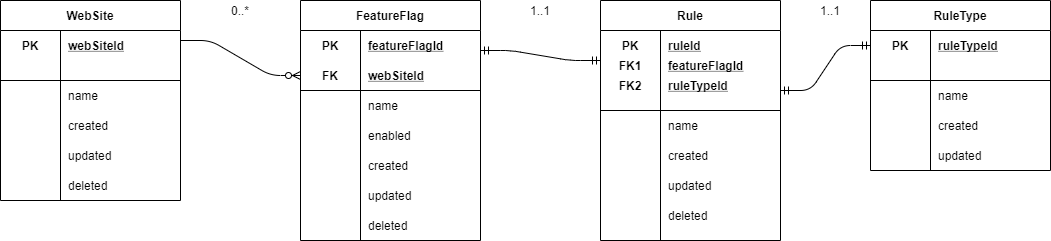
Earlier version of the draw.io export TechnicalDesignExercise/FeatureFlagging-EntityRelationshipDiagram.png (mark-stoker/AgencyPropertyCleanup). Source tidied: cells renumbered, new cells last; positions are measured from the earlier drawing's top-left corner, leaving out a move shared by most shapes. Source of this version:
```xml
<mxGraphModel>
  <root>
    <mxCell id="0" />
    <mxCell id="1" parent="0" />
    <mxCell id="2" value="RuleType" style="shape=table;startSize=30;rowLines=0;fontStyle=1;align=center;" parent="1" vertex="1">
      <mxGeometry x="870" width="180" height="170" as="geometry" />
    </mxCell>
    <mxCell id="3" style="shape=partialRectangle;fillColor=none;top=0;left=0;bottom=0;right=0;points=[[0,0.5],[1,0.5]];portConstraint=eastwest;" parent="2" vertex="1">
      <mxGeometry y="30" width="180" height="30" as="geometry" />
    </mxCell>
    <mxCell id="4" value="PK" style="shape=partialRectangle;fillColor=none;top=0;left=0;bottom=0;right=0;fontStyle=1;overflow=hidden;" parent="3" vertex="1">
      <mxGeometry width="60" height="30" as="geometry" />
    </mxCell>
    <mxCell id="5" value="ruleTypeId" style="shape=partialRectangle;fillColor=none;top=0;left=0;bottom=0;right=0;align=left;spacingLeft=6;fontStyle=5;overflow=hidden;" parent="3" vertex="1">
      <mxGeometry x="60" width="120" height="30" as="geometry" />
    </mxCell>
    <mxCell id="6" style="shape=partialRectangle;fillColor=none;top=0;left=0;bottom=1;right=0;" parent="2" vertex="1">
      <mxGeometry y="60" width="180" height="20" as="geometry" />
    </mxCell>
    <mxCell id="7" style="shape=partialRectangle;fillColor=none;top=0;left=0;bottom=0;right=0;fontStyle=1;overflow=hidden;" parent="6" vertex="1">
      <mxGeometry width="60" height="20" as="geometry" />
    </mxCell>
    <mxCell id="8" style="shape=partialRectangle;fillColor=none;top=0;left=0;bottom=0;right=0;align=left;spacingLeft=6;fontStyle=5;overflow=hidden;" parent="6" vertex="1">
      <mxGeometry x="60" width="120" height="20" as="geometry" />
    </mxCell>
    <mxCell id="9" style="shape=partialRectangle;fillColor=none;top=0;left=0;bottom=0;right=0;" parent="2" vertex="1">
      <mxGeometry y="80" width="180" height="30" as="geometry" />
    </mxCell>
    <mxCell id="10" style="shape=partialRectangle;fillColor=none;top=0;left=0;bottom=0;right=0;overflow=hidden;" parent="9" vertex="1">
      <mxGeometry width="60" height="30" as="geometry" />
    </mxCell>
    <mxCell id="11" value="name" style="shape=partialRectangle;fillColor=none;top=0;left=0;bottom=0;right=0;align=left;spacingLeft=6;overflow=hidden;" parent="9" vertex="1">
      <mxGeometry x="60" width="120" height="30" as="geometry" />
    </mxCell>
    <mxCell id="12" style="shape=partialRectangle;fillColor=none;top=0;left=0;bottom=0;right=0;" parent="2" vertex="1">
      <mxGeometry y="110" width="180" height="30" as="geometry" />
    </mxCell>
    <mxCell id="13" style="shape=partialRectangle;fillColor=none;top=0;left=0;bottom=0;right=0;overflow=hidden;" parent="12" vertex="1">
      <mxGeometry width="60" height="30" as="geometry" />
    </mxCell>
    <mxCell id="14" value="created" style="shape=partialRectangle;fillColor=none;top=0;left=0;bottom=0;right=0;align=left;spacingLeft=6;overflow=hidden;" parent="12" vertex="1">
      <mxGeometry x="60" width="120" height="30" as="geometry" />
    </mxCell>
    <mxCell id="15" value="updated" style="shape=partialRectangle;fillColor=none;top=0;left=0;bottom=0;right=0;align=left;spacingLeft=6;overflow=hidden;" parent="1" vertex="1">
      <mxGeometry x="930" y="140" width="120" height="30" as="geometry" />
    </mxCell>
    <mxCell id="16" style="group;" parent="1" vertex="1">
      <mxGeometry x="600" width="180" height="240" as="geometry" />
    </mxCell>
    <mxCell id="17" value="Rule" style="shape=table;startSize=30;rowLines=0;fontStyle=1;align=center;" parent="16" vertex="1">
      <mxGeometry width="180" height="240" as="geometry" />
    </mxCell>
    <mxCell id="18" style="shape=partialRectangle;fillColor=none;top=0;left=0;bottom=0;right=0;" parent="17" vertex="1">
      <mxGeometry y="30" width="180" height="30" as="geometry" />
    </mxCell>
    <mxCell id="19" value="PK" style="shape=partialRectangle;fillColor=none;top=0;left=0;bottom=0;right=0;fontStyle=1;overflow=hidden;" parent="18" vertex="1">
      <mxGeometry width="60" height="30" as="geometry" />
    </mxCell>
    <mxCell id="20" value="ruleId" style="shape=partialRectangle;fillColor=none;top=0;left=0;bottom=0;right=0;align=left;spacingLeft=6;fontStyle=5;overflow=hidden;" parent="18" vertex="1">
      <mxGeometry x="60" width="120" height="30" as="geometry" />
    </mxCell>
    <mxCell id="21" style="shape=partialRectangle;fillColor=none;top=0;left=0;bottom=1;right=0;" parent="17" vertex="1">
      <mxGeometry y="60" width="180" height="50" as="geometry" />
    </mxCell>
    <mxCell id="22" value="FK2" style="shape=partialRectangle;fillColor=none;top=0;left=0;bottom=0;right=0;fontStyle=1;overflow=hidden;" parent="21" vertex="1">
      <mxGeometry width="60" height="50" as="geometry" />
    </mxCell>
    <mxCell id="23" value="ruleTypeId" style="shape=partialRectangle;fillColor=none;top=0;left=0;bottom=0;right=0;align=left;spacingLeft=6;fontStyle=5;overflow=hidden;" parent="21" vertex="1">
      <mxGeometry x="60" width="120" height="50" as="geometry" />
    </mxCell>
    <mxCell id="24" style="shape=partialRectangle;fillColor=none;top=0;left=0;bottom=0;right=0;" parent="17" vertex="1">
      <mxGeometry y="110" width="180" height="30" as="geometry" />
    </mxCell>
    <mxCell id="25" style="shape=partialRectangle;fillColor=none;top=0;left=0;bottom=0;right=0;overflow=hidden;" parent="24" vertex="1">
      <mxGeometry width="60" height="30" as="geometry" />
    </mxCell>
    <mxCell id="26" value="name" style="shape=partialRectangle;fillColor=none;top=0;left=0;bottom=0;right=0;align=left;spacingLeft=6;overflow=hidden;" parent="24" vertex="1">
      <mxGeometry x="60" width="120" height="30" as="geometry" />
    </mxCell>
    <mxCell id="27" style="shape=partialRectangle;fillColor=none;top=0;left=0;bottom=0;right=0;" parent="17" vertex="1">
      <mxGeometry y="140" width="180" height="30" as="geometry" />
    </mxCell>
    <mxCell id="28" style="shape=partialRectangle;fillColor=none;top=0;left=0;bottom=0;right=0;overflow=hidden;" parent="27" vertex="1">
      <mxGeometry width="60" height="30" as="geometry" />
    </mxCell>
    <mxCell id="29" value="created" style="shape=partialRectangle;fillColor=none;top=0;left=0;bottom=0;right=0;align=left;spacingLeft=6;overflow=hidden;" parent="27" vertex="1">
      <mxGeometry x="60" width="120" height="30" as="geometry" />
    </mxCell>
    <mxCell id="30" value="FK1" style="shape=partialRectangle;fillColor=none;top=0;left=0;bottom=0;right=0;fontStyle=1;overflow=hidden;" parent="16" vertex="1">
      <mxGeometry y="50" width="60" height="30" as="geometry" />
    </mxCell>
    <mxCell id="31" value="featureFlagId" style="shape=partialRectangle;fillColor=none;top=0;left=0;bottom=0;right=0;align=left;spacingLeft=6;fontStyle=5;overflow=hidden;" parent="16" vertex="1">
      <mxGeometry x="60" y="50" width="120" height="30" as="geometry" />
    </mxCell>
    <mxCell id="32" value="updated" style="shape=partialRectangle;fillColor=none;top=0;left=0;bottom=0;right=0;align=left;spacingLeft=6;overflow=hidden;" parent="16" vertex="1">
      <mxGeometry x="60" y="170" width="120" height="30" as="geometry" />
    </mxCell>
    <mxCell id="33" value="deleted" style="shape=partialRectangle;fillColor=none;top=0;left=0;bottom=0;right=0;align=left;spacingLeft=6;overflow=hidden;" parent="16" vertex="1">
      <mxGeometry x="60" y="200" width="120" height="30" as="geometry" />
    </mxCell>
    <mxCell id="34" style="group;" parent="1" vertex="1">
      <mxGeometry width="180" height="200" as="geometry" />
    </mxCell>
    <mxCell id="35" value="WebSite" style="shape=table;startSize=30;rowLines=0;fontStyle=1;align=center;" parent="34" vertex="1">
      <mxGeometry width="180" height="200" as="geometry" />
    </mxCell>
    <mxCell id="36" style="shape=partialRectangle;fillColor=none;top=0;left=0;bottom=0;right=0;" parent="35" vertex="1">
      <mxGeometry y="30" width="180" height="30" as="geometry" />
    </mxCell>
    <mxCell id="37" value="PK" style="shape=partialRectangle;fillColor=none;top=0;left=0;bottom=0;right=0;fontStyle=1;overflow=hidden;" parent="36" vertex="1">
      <mxGeometry width="60" height="30" as="geometry" />
    </mxCell>
    <mxCell id="38" value="webSiteId" style="shape=partialRectangle;fillColor=none;top=0;left=0;bottom=0;right=0;align=left;spacingLeft=6;fontStyle=5;overflow=hidden;" parent="36" vertex="1">
      <mxGeometry x="60" width="120" height="30" as="geometry" />
    </mxCell>
    <mxCell id="39" style="shape=partialRectangle;fillColor=none;top=0;left=0;bottom=1;right=0;" parent="35" vertex="1">
      <mxGeometry y="60" width="180" height="20" as="geometry" />
    </mxCell>
    <mxCell id="40" style="shape=partialRectangle;fillColor=none;top=0;left=0;bottom=0;right=0;fontStyle=1;overflow=hidden;" parent="39" vertex="1">
      <mxGeometry width="60" height="20" as="geometry" />
    </mxCell>
    <mxCell id="41" style="shape=partialRectangle;fillColor=none;top=0;left=0;bottom=0;right=0;align=left;spacingLeft=6;fontStyle=5;overflow=hidden;" parent="39" vertex="1">
      <mxGeometry x="60" width="120" height="20" as="geometry" />
    </mxCell>
    <mxCell id="42" style="shape=partialRectangle;fillColor=none;top=0;left=0;bottom=0;right=0;" parent="35" vertex="1">
      <mxGeometry y="80" width="180" height="30" as="geometry" />
    </mxCell>
    <mxCell id="43" style="shape=partialRectangle;fillColor=none;top=0;left=0;bottom=0;right=0;overflow=hidden;" parent="42" vertex="1">
      <mxGeometry width="60" height="30" as="geometry" />
    </mxCell>
    <mxCell id="44" value="name" style="shape=partialRectangle;fillColor=none;top=0;left=0;bottom=0;right=0;align=left;spacingLeft=6;overflow=hidden;" parent="42" vertex="1">
      <mxGeometry x="60" width="120" height="30" as="geometry" />
    </mxCell>
    <mxCell id="45" style="shape=partialRectangle;fillColor=none;top=0;left=0;bottom=0;right=0;" parent="35" vertex="1">
      <mxGeometry y="110" width="180" height="30" as="geometry" />
    </mxCell>
    <mxCell id="46" style="shape=partialRectangle;fillColor=none;top=0;left=0;bottom=0;right=0;overflow=hidden;" parent="45" vertex="1">
      <mxGeometry width="60" height="30" as="geometry" />
    </mxCell>
    <mxCell id="47" value="created" style="shape=partialRectangle;fillColor=none;top=0;left=0;bottom=0;right=0;align=left;spacingLeft=6;overflow=hidden;" parent="45" vertex="1">
      <mxGeometry x="60" width="120" height="30" as="geometry" />
    </mxCell>
    <mxCell id="48" value="updated" style="shape=partialRectangle;fillColor=none;top=0;left=0;bottom=0;right=0;align=left;spacingLeft=6;overflow=hidden;" parent="34" vertex="1">
      <mxGeometry x="60" y="140" width="120" height="30" as="geometry" />
    </mxCell>
    <mxCell id="49" value="deleted" style="shape=partialRectangle;fillColor=none;top=0;left=0;bottom=0;right=0;align=left;spacingLeft=6;overflow=hidden;" parent="34" vertex="1">
      <mxGeometry x="60" y="170" width="120" height="30" as="geometry" />
    </mxCell>
    <mxCell id="50" style="group;" parent="1" vertex="1">
      <mxGeometry x="300" width="180" height="240" as="geometry" />
    </mxCell>
    <mxCell id="51" value="FeatureFlag" style="shape=table;startSize=30;rowLines=0;fontStyle=1;align=center;" parent="50" vertex="1">
      <mxGeometry width="180" height="240" as="geometry" />
    </mxCell>
    <mxCell id="52" style="shape=partialRectangle;fillColor=none;top=0;left=0;bottom=0;right=0;" parent="51" vertex="1">
      <mxGeometry y="30" width="180" height="30" as="geometry" />
    </mxCell>
    <mxCell id="53" value="PK" style="shape=partialRectangle;fillColor=none;top=0;left=0;bottom=0;right=0;fontStyle=1;overflow=hidden;" parent="52" vertex="1">
      <mxGeometry width="60" height="30" as="geometry" />
    </mxCell>
    <mxCell id="54" value="featureFlagId" style="shape=partialRectangle;fillColor=none;top=0;left=0;bottom=0;right=0;align=left;spacingLeft=6;fontStyle=5;overflow=hidden;" parent="52" vertex="1">
      <mxGeometry x="60" width="120" height="30" as="geometry" />
    </mxCell>
    <mxCell id="55" style="shape=partialRectangle;fillColor=none;top=0;left=0;bottom=1;right=0;points=[[0,0.5],[1,0.5]];portConstraint=eastwest;" parent="51" vertex="1">
      <mxGeometry y="60" width="180" height="30" as="geometry" />
    </mxCell>
    <mxCell id="56" value="FK" style="shape=partialRectangle;fillColor=none;top=0;left=0;bottom=0;right=0;fontStyle=1;overflow=hidden;" parent="55" vertex="1">
      <mxGeometry width="60" height="30" as="geometry" />
    </mxCell>
    <mxCell id="57" value="webSiteId" style="shape=partialRectangle;fillColor=none;top=0;left=0;bottom=0;right=0;align=left;spacingLeft=6;fontStyle=5;overflow=hidden;" parent="55" vertex="1">
      <mxGeometry x="60" width="120" height="30" as="geometry" />
    </mxCell>
    <mxCell id="58" style="shape=partialRectangle;fillColor=none;top=0;left=0;bottom=0;right=0;" parent="51" vertex="1">
      <mxGeometry y="90" width="180" height="30" as="geometry" />
    </mxCell>
    <mxCell id="59" style="shape=partialRectangle;fillColor=none;top=0;left=0;bottom=0;right=0;overflow=hidden;" parent="58" vertex="1">
      <mxGeometry width="60" height="30" as="geometry" />
    </mxCell>
    <mxCell id="60" value="name" style="shape=partialRectangle;fillColor=none;top=0;left=0;bottom=0;right=0;align=left;spacingLeft=6;overflow=hidden;" parent="58" vertex="1">
      <mxGeometry x="60" width="120" height="30" as="geometry" />
    </mxCell>
    <mxCell id="61" style="shape=partialRectangle;fillColor=none;top=0;left=0;bottom=0;right=0;" parent="51" vertex="1">
      <mxGeometry y="120" width="180" height="30" as="geometry" />
    </mxCell>
    <mxCell id="62" style="shape=partialRectangle;fillColor=none;top=0;left=0;bottom=0;right=0;overflow=hidden;" parent="61" vertex="1">
      <mxGeometry width="60" height="30" as="geometry" />
    </mxCell>
    <mxCell id="63" value="enabled" style="shape=partialRectangle;fillColor=none;top=0;left=0;bottom=0;right=0;align=left;spacingLeft=6;overflow=hidden;" parent="61" vertex="1">
      <mxGeometry x="60" width="120" height="30" as="geometry" />
    </mxCell>
    <mxCell id="64" value="created" style="shape=partialRectangle;fillColor=none;top=0;left=0;bottom=0;right=0;align=left;spacingLeft=6;overflow=hidden;" parent="50" vertex="1">
      <mxGeometry x="60" y="150" width="120" height="30" as="geometry" />
    </mxCell>
    <mxCell id="65" value="updated" style="shape=partialRectangle;fillColor=none;top=0;left=0;bottom=0;right=0;align=left;spacingLeft=6;overflow=hidden;" parent="50" vertex="1">
      <mxGeometry x="60" y="180" width="120" height="30" as="geometry" />
    </mxCell>
    <mxCell id="66" value="deleted" style="shape=partialRectangle;fillColor=none;top=0;left=0;bottom=0;right=0;align=left;spacingLeft=6;overflow=hidden;" parent="50" vertex="1">
      <mxGeometry x="60" y="210" width="120" height="30" as="geometry" />
    </mxCell>
    <mxCell id="67" style="edgeStyle=entityRelationEdgeStyle;fontSize=20;html=1;endArrow=ERzeroToMany;endFill=1;entryX=0;entryY=0.5;entryDx=0;entryDy=0;" parent="1" edge="1" target="55">
      <mxGeometry relative="1" as="geometry">
        <mxPoint x="180" y="40" as="sourcePoint" />
      </mxGeometry>
    </mxCell>
    <mxCell id="68" style="edgeStyle=entityRelationEdgeStyle;fontSize=12;html=1;endArrow=ERmandOne;startArrow=ERmandOne;" parent="1" edge="1">
      <mxGeometry relative="1" as="geometry">
        <mxPoint x="480" y="50" as="sourcePoint" />
        <mxPoint x="600" y="60" as="targetPoint" />
      </mxGeometry>
    </mxCell>
    <mxCell id="69" style="edgeStyle=entityRelationEdgeStyle;fontSize=12;html=1;endArrow=ERmandOne;startArrow=ERmandOne;entryX=0;entryY=0.5;entryDx=0;entryDy=0;" parent="1" edge="1" target="3">
      <mxGeometry relative="1" as="geometry">
        <mxPoint x="780" y="90" as="sourcePoint" />
      </mxGeometry>
    </mxCell>
    <mxCell id="70" value="0..*" style="text;html=1;strokeColor=none;fillColor=none;align=center;verticalAlign=middle;whiteSpace=wrap;rounded=0;" parent="1" vertex="1">
      <mxGeometry x="220" width="40" height="20" as="geometry" />
    </mxCell>
    <mxCell id="71" value="1..1" style="text;html=1;strokeColor=none;fillColor=none;align=center;verticalAlign=middle;whiteSpace=wrap;rounded=0;" parent="1" vertex="1">
      <mxGeometry x="520" width="40" height="20" as="geometry" />
    </mxCell>
    <mxCell id="72" value="1..1" style="text;html=1;strokeColor=none;fillColor=none;align=center;verticalAlign=middle;whiteSpace=wrap;rounded=0;" parent="1" vertex="1">
      <mxGeometry x="810" width="40" height="20" as="geometry" />
    </mxCell>
  </root>
</mxGraphModel>
```
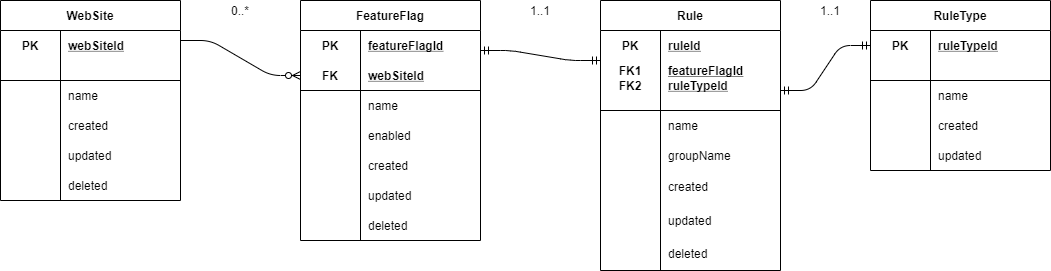
After the change.

Commit message:
refactoring the document and diagrams

The edit, as a diff of the source:
```diff
@@ -45,10 +45,10 @@
       <mxGeometry x="930" y="140" width="120" height="30" as="geometry" />
     </mxCell>
     <mxCell id="16" style="group;" parent="1" vertex="1">
-      <mxGeometry x="600" width="180" height="240" as="geometry" />
+      <mxGeometry x="600" width="180" height="270" as="geometry" />
     </mxCell>
     <mxCell id="17" value="Rule" style="shape=table;startSize=30;rowLines=0;fontStyle=1;align=center;" parent="16" vertex="1">
-      <mxGeometry width="180" height="240" as="geometry" />
+      <mxGeometry width="180" height="270" as="geometry" />
     </mxCell>
     <mxCell id="18" style="shape=partialRectangle;fillColor=none;top=0;left=0;bottom=0;right=0;" parent="17" vertex="1">
       <mxGeometry y="30" width="180" height="30" as="geometry" />
@@ -83,21 +83,24 @@
     <mxCell id="28" style="shape=partialRectangle;fillColor=none;top=0;left=0;bottom=0;right=0;overflow=hidden;" parent="27" vertex="1">
       <mxGeometry width="60" height="30" as="geometry" />
     </mxCell>
-    <mxCell id="29" value="created" style="shape=partialRectangle;fillColor=none;top=0;left=0;bottom=0;right=0;align=left;spacingLeft=6;overflow=hidden;" parent="27" vertex="1">
+    <mxCell id="29" value="groupName" style="shape=partialRectangle;fillColor=none;top=0;left=0;bottom=0;right=0;align=left;spacingLeft=6;overflow=hidden;" parent="27" vertex="1">
       <mxGeometry x="60" width="120" height="30" as="geometry" />
     </mxCell>
     <mxCell id="30" value="FK1" style="shape=partialRectangle;fillColor=none;top=0;left=0;bottom=0;right=0;fontStyle=1;overflow=hidden;" parent="16" vertex="1">
-      <mxGeometry y="50" width="60" height="30" as="geometry" />
+      <mxGeometry y="54.2" width="60" height="32.5" as="geometry" />
     </mxCell>
     <mxCell id="31" value="featureFlagId" style="shape=partialRectangle;fillColor=none;top=0;left=0;bottom=0;right=0;align=left;spacingLeft=6;fontStyle=5;overflow=hidden;" parent="16" vertex="1">
-      <mxGeometry x="60" y="50" width="120" height="30" as="geometry" />
+      <mxGeometry x="60" y="54.2" width="120" height="32.5" as="geometry" />
     </mxCell>
     <mxCell id="32" value="updated" style="shape=partialRectangle;fillColor=none;top=0;left=0;bottom=0;right=0;align=left;spacingLeft=6;overflow=hidden;" parent="16" vertex="1">
-      <mxGeometry x="60" y="170" width="120" height="30" as="geometry" />
+      <mxGeometry x="60" y="204.2" width="120" height="32.5" as="geometry" />
     </mxCell>
     <mxCell id="33" value="deleted" style="shape=partialRectangle;fillColor=none;top=0;left=0;bottom=0;right=0;align=left;spacingLeft=6;overflow=hidden;" parent="16" vertex="1">
-      <mxGeometry x="60" y="200" width="120" height="30" as="geometry" />
+      <mxGeometry x="60" y="236.7" width="120" height="32.5" as="geometry" />
     </mxCell>
+    <mxCell id="73" value="created" style="shape=partialRectangle;fillColor=none;top=0;left=0;bottom=0;right=0;align=left;spacingLeft=6;overflow=hidden;" parent="16" vertex="1">
+      <mxGeometry x="60" y="170" width="120" height="32.5" as="geometry" />
+    </mxCell>
     <mxCell id="34" style="group;" parent="1" vertex="1">
       <mxGeometry width="180" height="200" as="geometry" />
     </mxCell>
```
